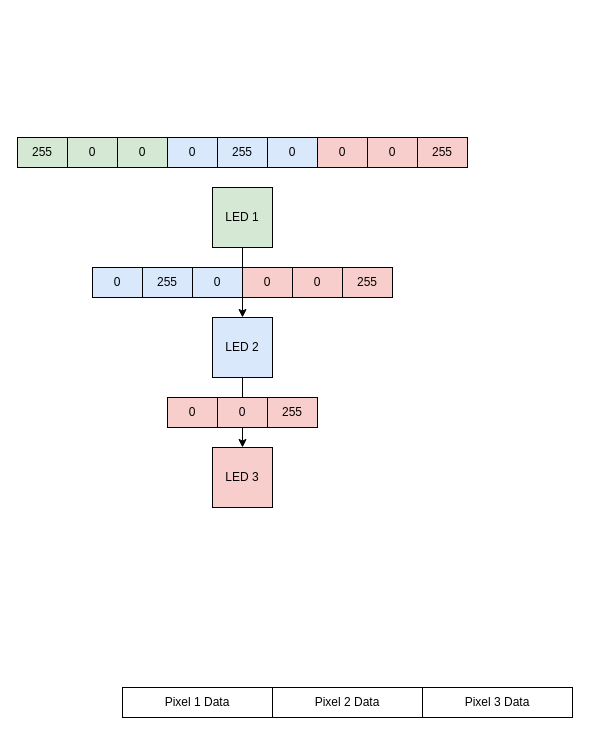
Earlier version of the draw.io diagram dmx/ws2812_data.drawio (jfcbooth/block_diagrams). Source tidied: cells renumbered, new cells numbered last; positions are measured from the earlier drawing's top-left corner, leaving out a move shared by most shapes. Both pictures are drawn from the tidied source at 100%, with x=0, y=0 at pixel (17, 137).
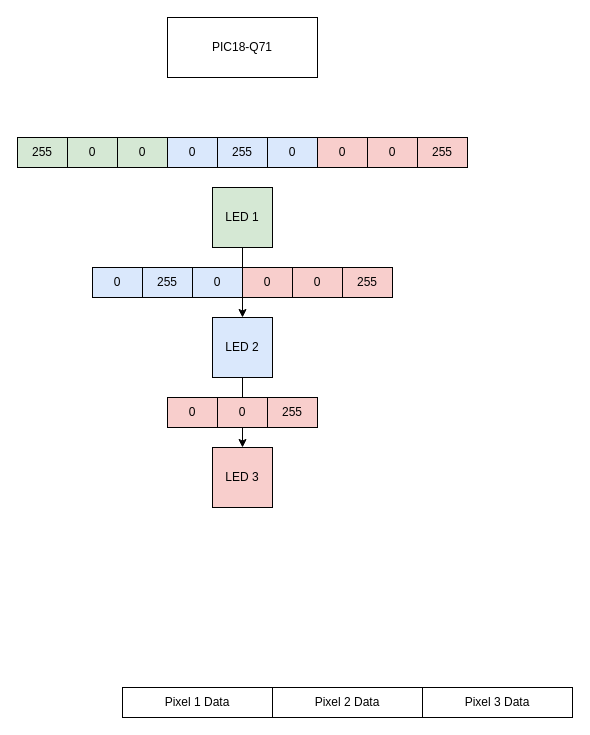
The same diagram, later.

Change to the diagram source:
```diff
@@
+    <mxCell id="28" value="PIC18-Q71" style="rounded=0;whiteSpace=wrap;html=1;" parent="1" vertex="1">
+      <mxGeometry x="150" y="-120" width="150" height="60" as="geometry" />
+    </mxCell>
```
